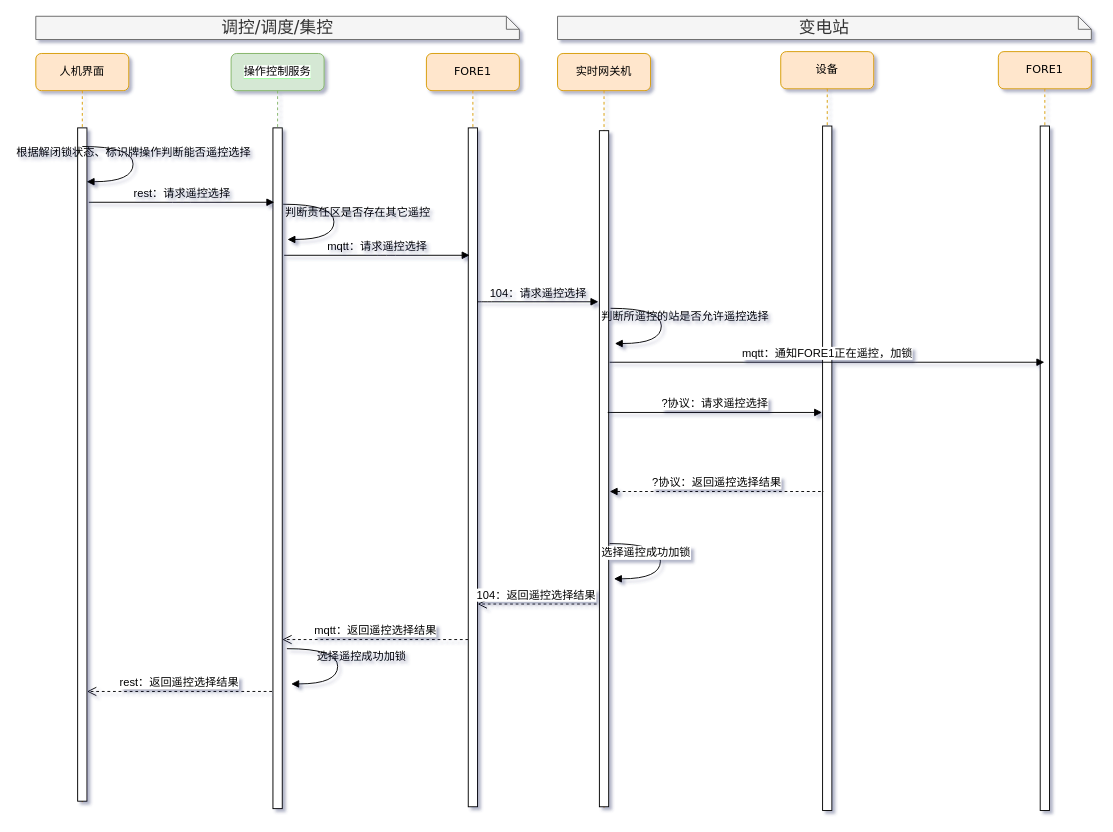
Before: page "集控站遥控选择" (2 of 8) of 操作与控制.drawio in qwe995272801/taowenxiang, a draw.io diagram. Source tidied: cells renumbered, new cells numbered last; positions are measured from the earlier drawing's top-left corner, leaving out a move shared by most shapes. Both pictures are drawn from the tidied source at 93%, with x=0, y=0 at pixel (35, 16).
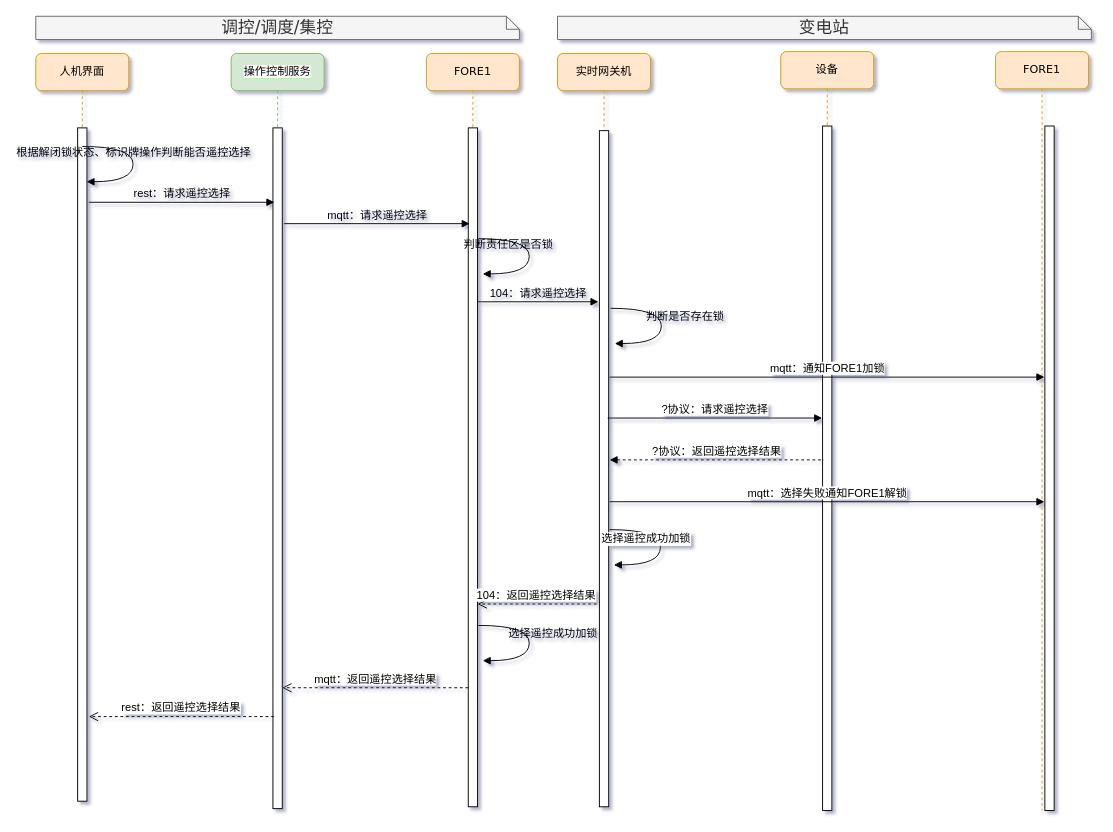
After the change.

Unchanged cells that the change refers to:
```xml
<mxCell id="2" value="&lt;span style=&quot;background-color: rgb(255 , 255 , 255)&quot;&gt;操作控制服务&lt;/span&gt;" style="shape=umlLifeline;perimeter=lifelinePerimeter;whiteSpace=wrap;html=1;rounded=1;shadow=0;comic=0;labelBackgroundColor=#99FF99;strokeWidth=1;fontFamily=Verdana;fontSize=12;align=center;fillColor=#d5e8d4;strokeColor=#82b366;" parent="1" vertex="1">
  <mxGeometry x="210" y="40" width="100" height="812" as="geometry" />
</mxCell>
```

Change to the diagram source:
```diff
@@
-    <mxCell id="4" value="mqtt：返回遥控选择结果" style="html=1;verticalAlign=bottom;endArrow=open;dashed=1;endSize=8;fontFamily=Helvetica;entryX=1;entryY=0.81;entryDx=0;entryDy=0;entryPerimeter=0;fontSize=12;" parent="2" edge="1">
-      <mxGeometry relative="1" as="geometry">
-        <mxPoint x="255" y="630.2" as="sourcePoint" />
-        <mxPoint x="55" y="630.2" as="targetPoint" />
-      </mxGeometry>
-    </mxCell>
@@
     <mxCell id="12" value="rest：返回遥控选择结果" style="html=1;verticalAlign=bottom;endArrow=open;dashed=1;endSize=8;fontFamily=Helvetica;entryX=1.1;entryY=0.98;entryDx=0;entryDy=0;entryPerimeter=0;fontSize=12;" parent="1" edge="1">
       <mxGeometry relative="1" as="geometry">
-        <mxPoint x="254" y="726" as="sourcePoint" />
-        <mxPoint x="55" y="726" as="targetPoint" />
+        <mxPoint x="256" y="753" as="sourcePoint" />
+        <mxPoint x="57" y="753" as="targetPoint" />
       </mxGeometry>
     </mxCell>
@@
     <mxCell id="14" value="mqtt：请求遥控选择" style="html=1;verticalAlign=bottom;endArrow=block;labelBackgroundColor=none;fontFamily=Helvetica;fontSize=12;edgeStyle=elbowEdgeStyle;elbow=vertical;" parent="1" edge="1">
       <mxGeometry relative="1" as="geometry">
-        <mxPoint x="267" y="257" as="sourcePoint" />
-        <mxPoint x="466.5" y="257" as="targetPoint" />
+        <mxPoint x="267" y="223" as="sourcePoint" />
+        <mxPoint x="466.5" y="223" as="targetPoint" />
         <Array as="points">
-          <mxPoint x="377" y="257" />
-          <mxPoint x="217" y="307" />
-          <mxPoint x="207" y="307" />
+          <mxPoint x="377" y="223" />
+          <mxPoint x="217" y="273" />
+          <mxPoint x="207" y="273" />
         </Array>
       </mxGeometry>
     </mxCell>
@@
-    <mxCell id="16" value="判断责任区是否存在其它遥控" style="html=1;verticalAlign=bottom;endArrow=block;labelBackgroundColor=none;fontFamily=Verdana;fontSize=12;elbow=vertical;edgeStyle=orthogonalEdgeStyle;curved=1;entryX=1;entryY=0.286;entryPerimeter=0;exitX=1.038;exitY=0.345;exitPerimeter=0;" parent="1" edge="1">
-      <mxGeometry x="0.02" y="25" relative="1" as="geometry">
-        <mxPoint x="266" y="202.1" as="sourcePoint" />
-        <mxPoint x="270.6" y="240" as="targetPoint" />
+    <mxCell id="16" value="判断责任区是否锁" style="html=1;verticalAlign=bottom;endArrow=block;labelBackgroundColor=none;fontFamily=Verdana;fontSize=12;elbow=vertical;edgeStyle=orthogonalEdgeStyle;curved=1;entryX=1;entryY=0.286;entryPerimeter=0;exitX=1.038;exitY=0.345;exitPerimeter=0;" parent="1" edge="1">
+      <mxGeometry x="-0.55" y="-16" relative="1" as="geometry">
+        <mxPoint x="476" y="239.1" as="sourcePoint" />
+        <mxPoint x="480.6" y="277" as="targetPoint" />
         <Array as="points">
-          <mxPoint x="320.6" y="202" />
-          <mxPoint x="320.6" y="240" />
+          <mxPoint x="530.6" y="239" />
+          <mxPoint x="530.6" y="277" />
         </Array>
       </mxGeometry>
     </mxCell>
     <mxCell id="17" value="选择遥控成功加锁" style="html=1;verticalAlign=bottom;endArrow=block;labelBackgroundColor=none;fontFamily=Verdana;fontSize=12;elbow=vertical;edgeStyle=orthogonalEdgeStyle;curved=1;entryX=1;entryY=0.286;entryPerimeter=0;exitX=1.038;exitY=0.345;exitPerimeter=0;" parent="1" edge="1">
       <mxGeometry x="0.02" y="25" relative="1" as="geometry">
-        <mxPoint x="270" y="680" as="sourcePoint" />
-        <mxPoint x="274.6" y="717.9" as="targetPoint" />
+        <mxPoint x="476" y="655" as="sourcePoint" />
+        <mxPoint x="480.6" y="692.9" as="targetPoint" />
         <Array as="points">
-          <mxPoint x="324.6" y="679.9" />
-          <mxPoint x="324.6" y="717.9" />
+          <mxPoint x="530.6" y="654.9" />
+          <mxPoint x="530.6" y="692.9" />
         </Array>
       </mxGeometry>
     </mxCell>
@@
     <mxCell id="21" value="?协议：请求遥控选择" style="html=1;verticalAlign=bottom;endArrow=block;fontFamily=Helvetica;fontSize=12;" parent="1" edge="1">
       <mxGeometry relative="1" as="geometry">
-        <mxPoint x="615" y="426" as="sourcePoint" />
-        <mxPoint x="845.5" y="426" as="targetPoint" />
+        <mxPoint x="615" y="432" as="sourcePoint" />
+        <mxPoint x="845.5" y="432" as="targetPoint" />
       </mxGeometry>
     </mxCell>
-    <mxCell id="22" value="判断所遥控的站是否允许遥控选择" style="html=1;verticalAlign=bottom;endArrow=block;labelBackgroundColor=none;fontFamily=Verdana;fontSize=12;elbow=vertical;edgeStyle=orthogonalEdgeStyle;curved=1;entryX=1;entryY=0.286;entryPerimeter=0;exitX=1.038;exitY=0.345;exitPerimeter=0;" parent="1" edge="1">
+    <mxCell id="22" value="判断是否存在锁" style="html=1;verticalAlign=bottom;endArrow=block;labelBackgroundColor=none;fontFamily=Verdana;fontSize=12;elbow=vertical;edgeStyle=orthogonalEdgeStyle;curved=1;entryX=1;entryY=0.286;entryPerimeter=0;exitX=1.038;exitY=0.345;exitPerimeter=0;" parent="1" edge="1">
       <mxGeometry x="0.02" y="25" relative="1" as="geometry">
         <mxPoint x="618" y="314" as="sourcePoint" />
         <mxPoint x="622.6" y="351.9" as="targetPoint" />
         <Array as="points">
           <mxPoint x="672.6" y="313.9" />
           <mxPoint x="672.6" y="351.9" />
         </Array>
       </mxGeometry>
     </mxCell>
@@
     <mxCell id="25" style="html=1;verticalAlign=bottom;endArrow=block;labelBackgroundColor=none;fontFamily=Verdana;fontSize=12;elbow=vertical;edgeStyle=orthogonalEdgeStyle;curved=1;entryX=1;entryY=0.286;entryPerimeter=0;exitX=1.038;exitY=0.345;exitPerimeter=0;" parent="1" edge="1">
       <mxGeometry x="0.02" y="25" relative="1" as="geometry">
-        <mxPoint x="617" y="567" as="sourcePoint" />
-        <mxPoint x="621.6" y="604.9" as="targetPoint" />
+        <mxPoint x="617" y="552" as="sourcePoint" />
+        <mxPoint x="621.6" y="589.9" as="targetPoint" />
         <Array as="points">
-          <mxPoint x="671.6" y="566.9" />
-          <mxPoint x="671.6" y="604.9" />
+          <mxPoint x="671.6" y="551.9" />
+          <mxPoint x="671.6" y="589.9" />
         </Array>
       </mxGeometry>
     </mxCell>
@@
     <mxCell id="27" value="?协议：返回遥控选择结果" style="html=1;verticalAlign=bottom;endArrow=none;fontFamily=Helvetica;fontSize=12;dashed=1;startArrow=block;startFill=1;endFill=0;" parent="1" edge="1">
       <mxGeometry relative="1" as="geometry">
-        <mxPoint x="617" y="511" as="sourcePoint" />
-        <mxPoint x="847.5" y="511" as="targetPoint" />
+        <mxPoint x="617" y="477" as="sourcePoint" />
+        <mxPoint x="847.5" y="477" as="targetPoint" />
       </mxGeometry>
     </mxCell>
     <mxCell id="28" value="FORE1" style="shape=umlLifeline;perimeter=lifelinePerimeter;whiteSpace=wrap;html=1;outlineConnect=0;rounded=1;shadow=0;comic=0;labelBackgroundColor=none;strokeWidth=1;fontFamily=Verdana;fontSize=12;align=center;fillColor=#ffe6cc;strokeColor=#d79b00;" parent="1" vertex="1">
-      <mxGeometry x="1035" y="38" width="100" height="816" as="geometry" />
+      <mxGeometry x="1032" y="38" width="100" height="816" as="geometry" />
     </mxCell>
     <mxCell id="29" style="html=1;perimeter=orthogonalPerimeter;rounded=0;shadow=0;comic=0;labelBackgroundColor=none;strokeWidth=1;fontFamily=Helvetica;fontSize=12;align=center;" parent="28" vertex="1">
-      <mxGeometry x="45" y="80" width="10" height="736" as="geometry" />
+      <mxGeometry x="53" y="80" width="10" height="736" as="geometry" />
     </mxCell>
-    <mxCell id="30" value="mqtt：通知FORE1正在遥控，加锁" style="html=1;verticalAlign=bottom;endArrow=block;fontFamily=Helvetica;fontSize=12;" parent="1" edge="1" target="28">
+    <mxCell id="30" value="mqtt：通知FORE1加锁" style="html=1;verticalAlign=bottom;endArrow=block;fontFamily=Helvetica;fontSize=12;" parent="1" edge="1">
       <mxGeometry relative="1" as="geometry">
-        <mxPoint x="617" y="372" as="sourcePoint" />
+        <mxPoint x="617" y="388" as="sourcePoint" />
+        <mxPoint x="1084.5" y="388" as="targetPoint" />
       </mxGeometry>
     </mxCell>
+    <mxCell id="4" value="mqtt：返回遥控选择结果" style="html=1;verticalAlign=bottom;endArrow=open;dashed=1;endSize=8;fontFamily=Helvetica;entryX=1;entryY=0.81;entryDx=0;entryDy=0;entryPerimeter=0;fontSize=12;" parent="1" edge="1">
+      <mxGeometry relative="1" as="geometry">
+        <mxPoint x="465" y="722" as="sourcePoint" />
+        <mxPoint x="265" y="722" as="targetPoint" />
+      </mxGeometry>
+    </mxCell>
+    <mxCell id="31" value="mqtt：选择失败通知FORE1解锁" style="html=1;verticalAlign=bottom;endArrow=block;fontFamily=Helvetica;fontSize=12;" parent="1" edge="1">
+      <mxGeometry relative="1" as="geometry">
+        <mxPoint x="617" y="522" as="sourcePoint" />
+        <mxPoint x="1084.5" y="522" as="targetPoint" />
+      </mxGeometry>
+    </mxCell>
```
